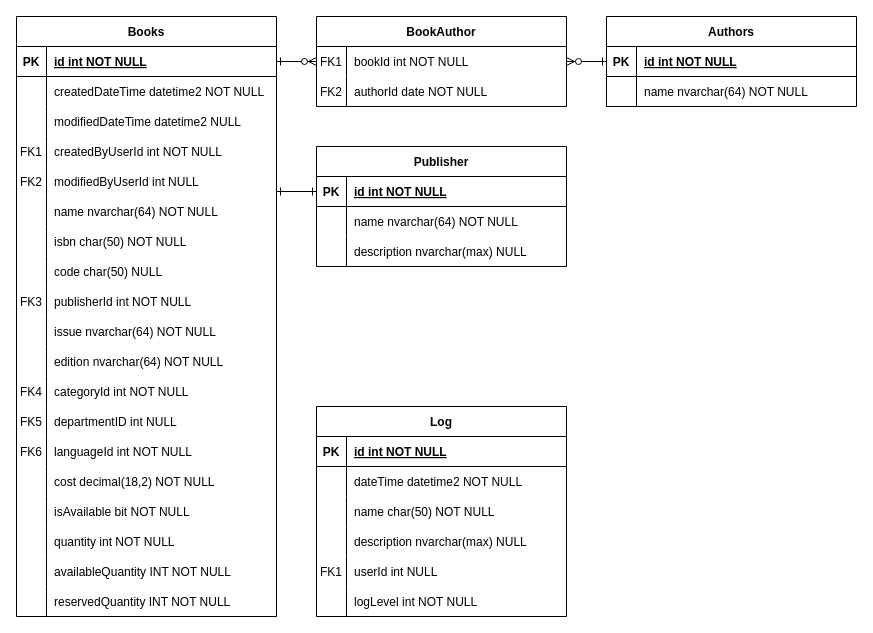
This is Untitled Diagram.drawio from skyhunter96/libApp, a draw.io file, before an edit. Source tidied: cells renumbered, new cells numbered last; positions are measured from the earlier drawing's top-left corner, leaving out a move shared by most shapes. Both pictures are drawn from the tidied source at 100%, with x=0, y=0 at pixel (16, 16).
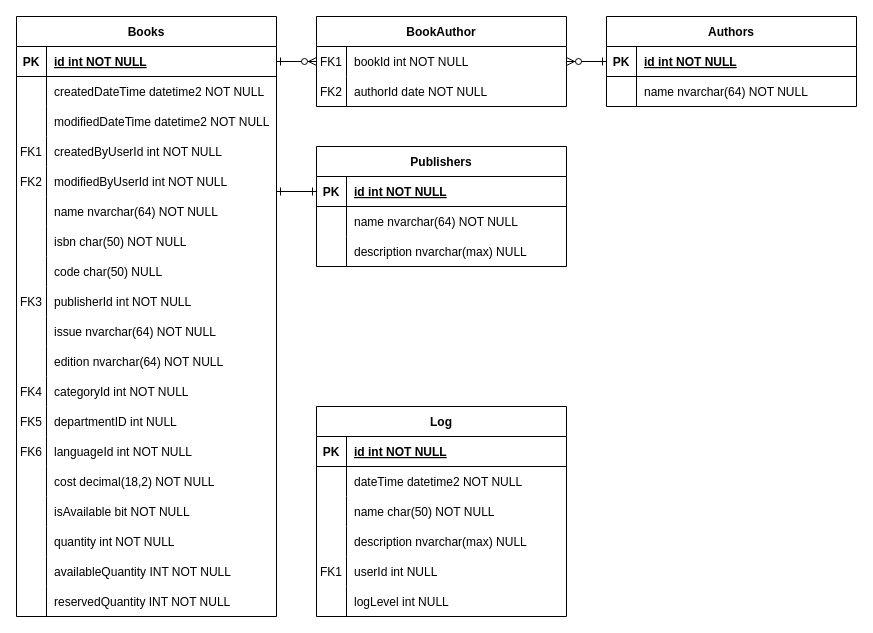
The same page after the edit.

The change refers to these unchanged cells:
```xml
<mxCell id="24" style="shape=partialRectangle;fillColor=none;top=0;left=0;right=0;bottom=0;" parent="17" vertex="1">
  <mxGeometry y="90" width="260" height="30" as="geometry" />
</mxCell>
<mxCell id="30" style="shape=partialRectangle;fillColor=none;top=0;left=0;right=0;bottom=0;" parent="17" vertex="1">
  <mxGeometry y="150" width="260" height="30" as="geometry" />
</mxCell>
<mxCell id="103" style="shape=partialRectangle;fillColor=none;top=0;left=0;right=0;bottom=0;" parent="87" vertex="1">
  <mxGeometry y="180" width="250" height="30" as="geometry" />
</mxCell>
```

Diff of the diagram source:
```diff
@@
-    <mxCell id="26" value="modifiedDateTime datetime2 NULL" style="shape=partialRectangle;overflow=hidden;fillColor=none;top=0;left=0;bottom=0;right=0;align=left;spacingLeft=6;" parent="24" vertex="1">
+    <mxCell id="26" value="modifiedDateTime datetime2 NOT NULL" style="shape=partialRectangle;overflow=hidden;fillColor=none;top=0;left=0;bottom=0;right=0;align=left;spacingLeft=6;" parent="24" vertex="1">
       <mxGeometry x="30" width="230" height="30" as="geometry" />
     </mxCell>
@@
-    <mxCell id="32" value="modifiedByUserId int NULL" style="shape=partialRectangle;overflow=hidden;fillColor=none;top=0;left=0;bottom=0;right=0;align=left;spacingLeft=6;" parent="30" vertex="1">
+    <mxCell id="32" value="modifiedByUserId int NOT NULL" style="shape=partialRectangle;overflow=hidden;fillColor=none;top=0;left=0;bottom=0;right=0;align=left;spacingLeft=6;" parent="30" vertex="1">
       <mxGeometry x="30" width="230" height="30" as="geometry" />
     </mxCell>
@@
-    <mxCell id="76" value="Publisher" style="shape=table;startSize=30;childLayout=tableLayout;rowLines=0;fontStyle=1;align=center;" parent="1" vertex="1">
+    <mxCell id="76" value="Publishers" style="shape=table;startSize=30;childLayout=tableLayout;rowLines=0;fontStyle=1;align=center;" parent="1" vertex="1">
       <mxGeometry x="300" y="130" width="250" height="120" as="geometry" />
     </mxCell>
@@
-    <mxCell id="105" value="logLevel int NOT NULL" style="shape=partialRectangle;overflow=hidden;fillColor=none;top=0;left=0;bottom=0;right=0;align=left;spacingLeft=6;" parent="103" vertex="1">
+    <mxCell id="105" value="logLevel int NULL" style="shape=partialRectangle;overflow=hidden;fillColor=none;top=0;left=0;bottom=0;right=0;align=left;spacingLeft=6;" parent="103" vertex="1">
       <mxGeometry x="30" width="220" height="30" as="geometry" />
     </mxCell>
```
